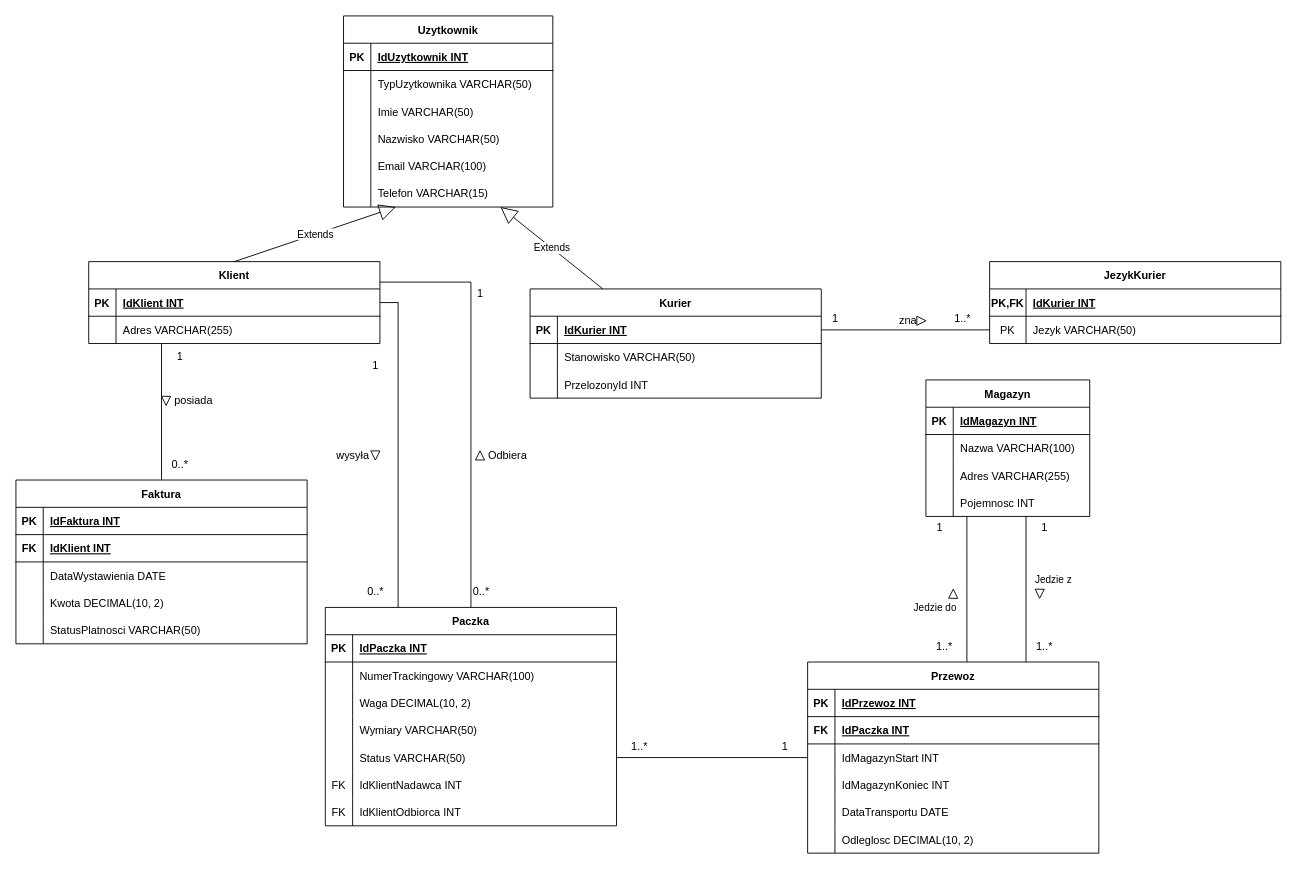
Maruda111/P.Bazy keeps this draw.io diagram as UML.drawio. Above is the earlier version. Source tidied: cells renumbered, new cells numbered last; positions are measured from the earlier drawing's top-left corner, leaving out a move shared by most shapes. Both pictures are drawn from the tidied source at 91%, with x=0, y=0 at pixel (15, 15).
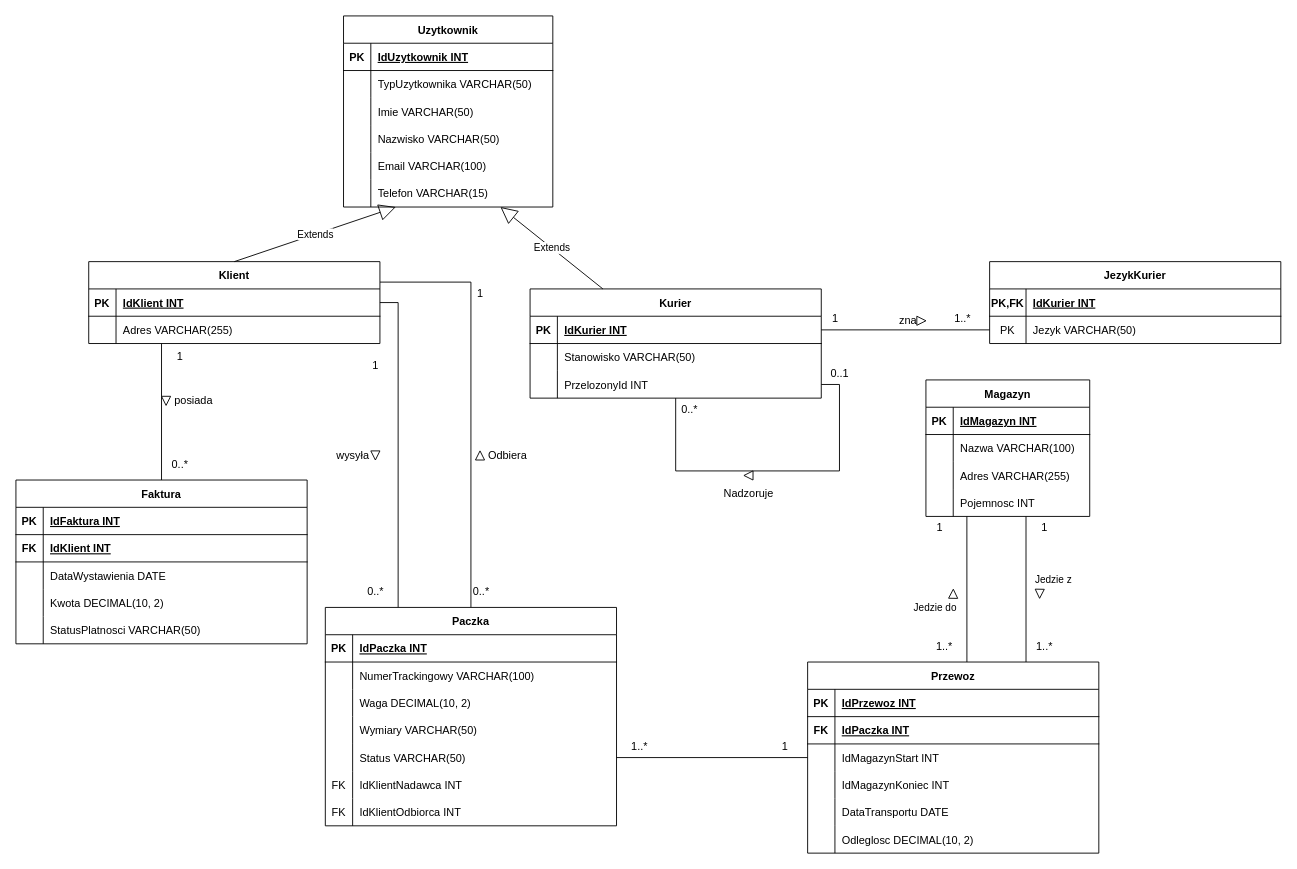
Above is the later version.

The change refers to these unchanged cells:
```xml
<mxCell id="30" value="Kurier" style="shape=table;startSize=30;childLayout=tableLayout;rowLines=0;fontStyle=1;align=center;" parent="1" vertex="1">
  <mxGeometry x="565" y="300" width="320" height="120" as="geometry" />
</mxCell>
<mxCell id="37" style="shape=tableRow;horizontal=0;startSize=0;swimlaneHead=0;swimlaneBody=0;fillColor=none;points=[[0,0.5],[1,0.5]];portConstraint=eastwest;strokeColor=inherit;top=0;left=0;right=0;bottom=0;" parent="30" vertex="1">
  <mxGeometry y="90" width="320" height="30" as="geometry" />
</mxCell>
```

The edit, as a diff of the source:
```diff
@@
+    <mxCell id="150" style="edgeStyle=orthogonalEdgeStyle;rounded=0;jettySize=auto;html=1;entryX=1;entryY=0.5;entryDx=0;entryDy=0;endArrow=none;endFill=0;" parent="30" edge="1" source="30" target="37">
+      <mxGeometry relative="1" as="geometry">
+        <Array as="points">
+          <mxPoint x="160" y="200" />
+          <mxPoint x="340" y="200" />
+          <mxPoint x="340" y="105" />
+        </Array>
+      </mxGeometry>
+    </mxCell>
@@
+    <mxCell id="151" value="0..*" style="text;html=1;align=center;verticalAlign=middle;strokeColor=none;fillColor=none;" parent="1" vertex="1">
+      <mxGeometry x="720" y="418" width="40" height="30" as="geometry" />
+    </mxCell>
+    <mxCell id="152" value="0..1" style="text;html=1;align=center;verticalAlign=middle;strokeColor=none;fillColor=none;" parent="1" vertex="1">
+      <mxGeometry x="885" y="378" width="40" height="30" as="geometry" />
+    </mxCell>
+    <mxCell id="153" style="triangle;whiteSpace=wrap;html=1;direction=north;rotation=-90;" parent="1" vertex="1">
+      <mxGeometry x="800" y="500" width="10" height="10" as="geometry" />
+    </mxCell>
+    <mxCell id="154" value="Nadzoruje" style="text;html=1;align=center;verticalAlign=middle;strokeColor=none;fillColor=none;" parent="1" vertex="1">
+      <mxGeometry x="765" y="510" width="80" height="30" as="geometry" />
+    </mxCell>
```
